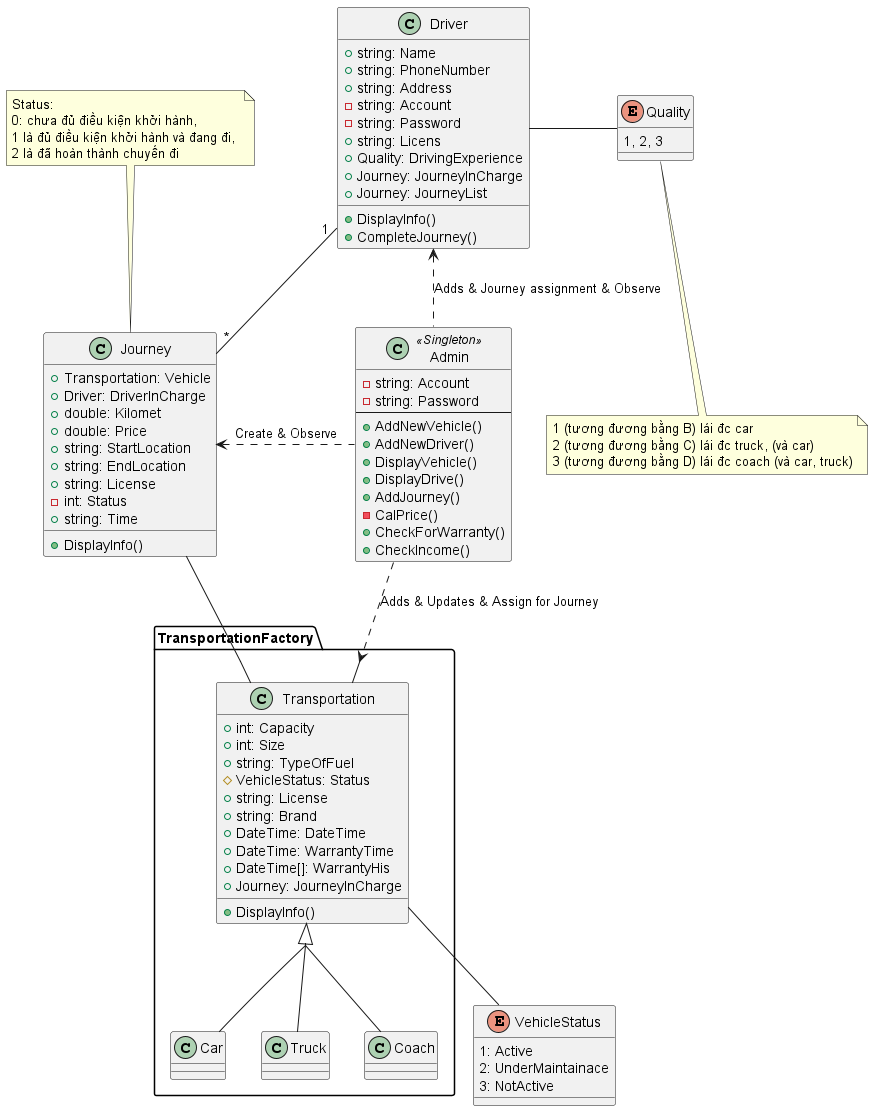
Earlier version of the PlantUML export out/Diagram/BTL-LTNC/quan_ly_xe.png (SirGreen/BTL-LTNC).
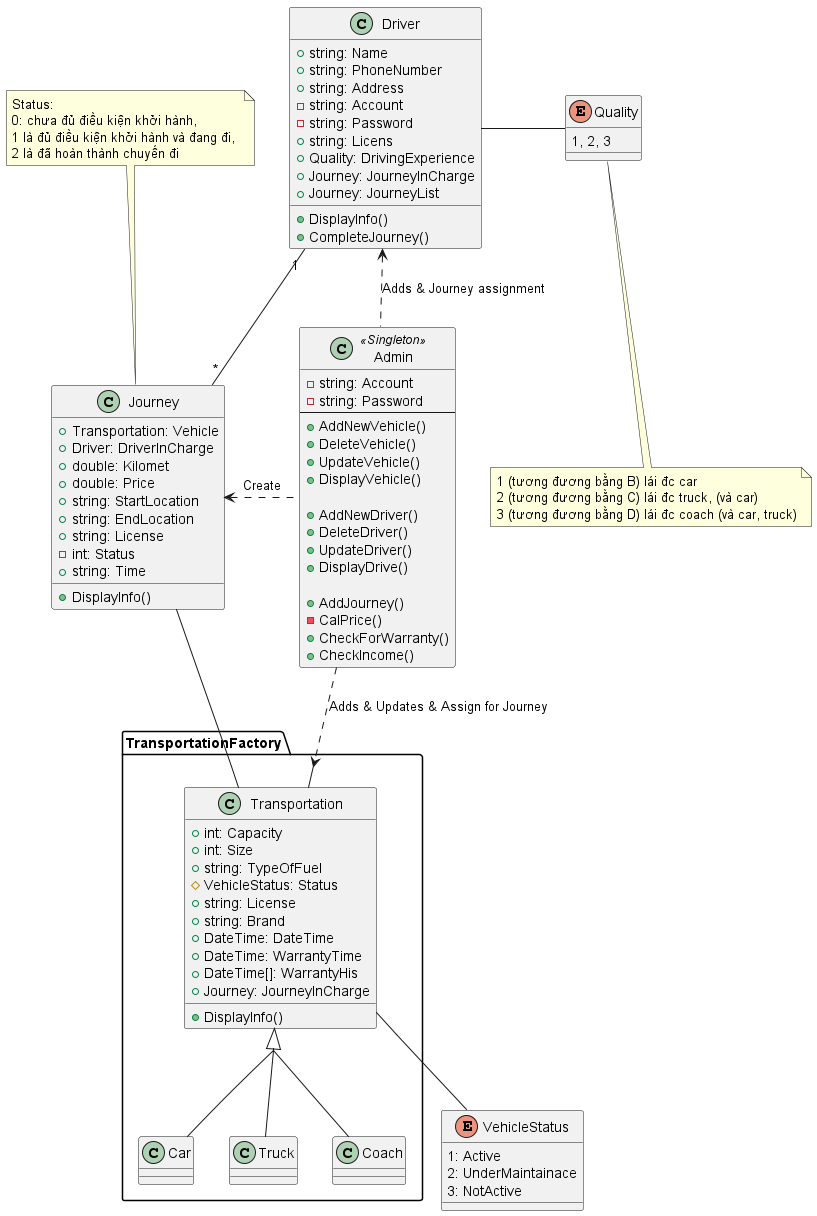
Above is the later version.

Change to the diagram source:
```diff
@@ -71,9 +71,15 @@
     - string: Password
     --
     + AddNewVehicle()
+    + DeleteVehicle()
+    + UpdateVehicle()
+    + DisplayVehicle()
+
     + AddNewDriver()
-    + DisplayVehicle()
+    + DeleteDriver()
+    + UpdateDriver()
     + DisplayDrive()
+
     + AddJourney()
     - CalPrice()
     + CheckForWarranty()
@@ -97,7 +103,7 @@
 Driver "1"-down- "*"Journey
 VehicleStatus -up- Transportation
 Admin -down[dashed]-> Transportation: Adds & Updates & Assign for Journey
-Admin -left[dashed]-> Driver: Adds & Journey assignment & Observe
-Journey <-right[dashed]- Admin: Create & Observe
+Admin -left[dashed]-> Driver: Adds & Journey assignment
+Journey <-right[dashed]- Admin: Create
 Transportation -left- Journey
 @enduml
```
